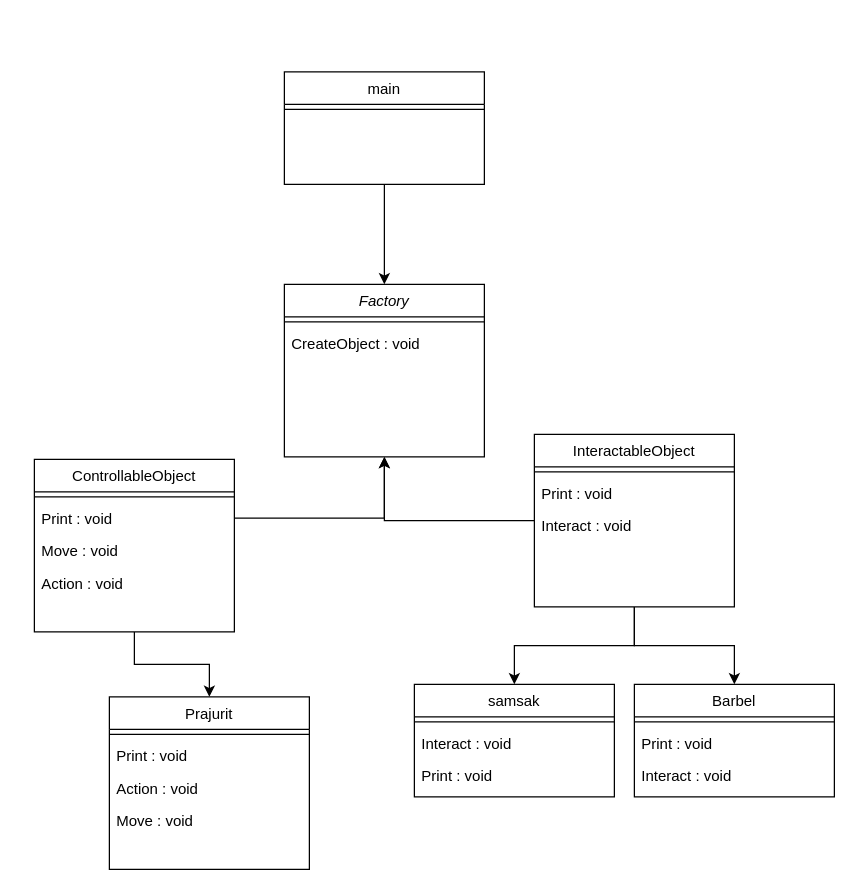
Above: Untitled Diagram.drawio in RayhanPengky/Unity-learn (draw.io), before the change. Source tidied: cells renumbered, new cells numbered last; positions are measured from the earlier drawing's top-left corner, leaving out a move shared by most shapes. Both pictures are drawn from the tidied source at 125%, with x=0, y=0 at pixel (34, 71).
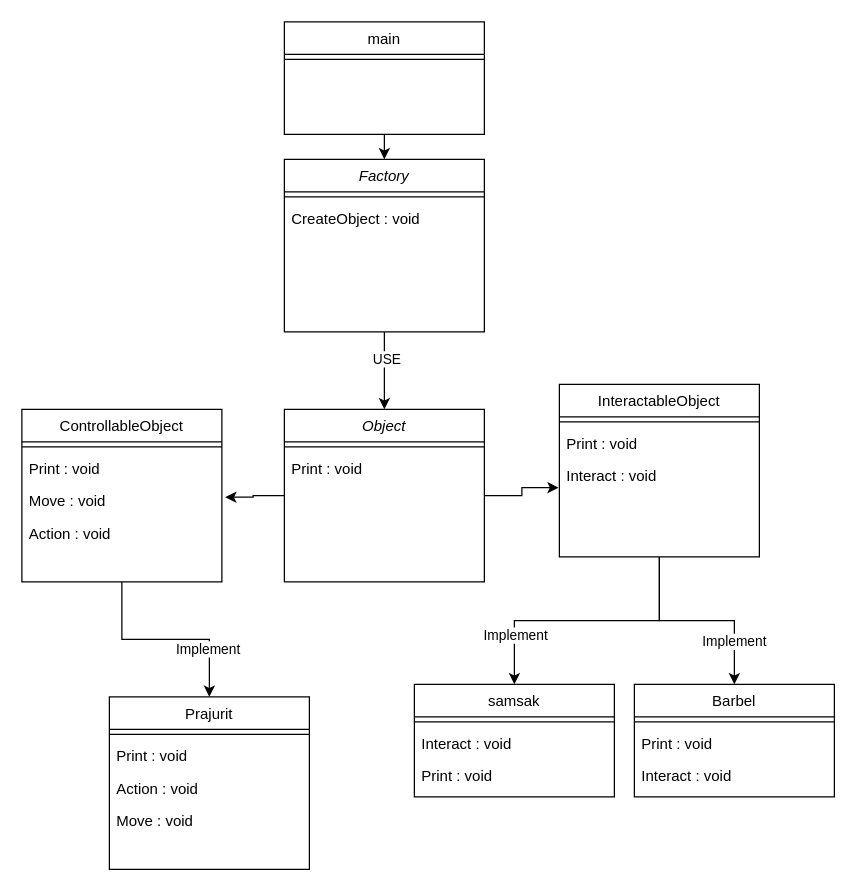
The same page after the edit.

Unchanged cells that the change refers to:
```xml
<mxCell id="17" style="edgeStyle=orthogonalEdgeStyle;rounded=0;jettySize=auto;html=1;" parent="1" edge="1" source="18" target="5">
  <mxGeometry relative="1" as="geometry" />
</mxCell>
<mxCell id="20" value="Print : void" style="text;align=left;verticalAlign=top;spacingLeft=4;spacingRight=4;overflow=hidden;points=[[0,0.5],[1,0.5]];portConstraint=eastwest;fontStyle=0;" parent="18" vertex="1">
  <mxGeometry y="34" width="160" height="26" as="geometry" />
</mxCell>
<mxCell id="21" value="Move : void" style="text;align=left;verticalAlign=top;spacingLeft=4;spacingRight=4;overflow=hidden;points=[[0,0.5],[1,0.5]];portConstraint=eastwest;" parent="18" vertex="1">
  <mxGeometry y="60" width="160" height="26" as="geometry" />
</mxCell>
<mxCell id="24" style="edgeStyle=orthogonalEdgeStyle;rounded=0;jettySize=auto;html=1;entryX=0.5;entryY=0;entryDx=0;entryDy=0;" parent="1" edge="1" source="26" target="10">
  <mxGeometry relative="1" as="geometry" />
</mxCell>
<mxCell id="25" style="edgeStyle=orthogonalEdgeStyle;rounded=0;jettySize=auto;html=1;entryX=0.5;entryY=0;entryDx=0;entryDy=0;" parent="1" edge="1" source="26" target="30">
  <mxGeometry relative="1" as="geometry" />
</mxCell>
<mxCell id="29" value="Interact : void" style="text;align=left;verticalAlign=top;spacingLeft=4;spacingRight=4;overflow=hidden;points=[[0,0.5],[1,0.5]];portConstraint=eastwest;" parent="26" vertex="1">
  <mxGeometry y="60" width="160" height="26" as="geometry" />
</mxCell>
```

Change to the diagram source:
```diff
@@
+    <mxCell id="35" style="edgeStyle=orthogonalEdgeStyle;rounded=0;jettySize=auto;html=1;entryX=0.5;entryY=0;entryDx=0;entryDy=0;" parent="1" edge="1" source="2" target="42">
+      <mxGeometry relative="1" as="geometry" />
+    </mxCell>
+    <mxCell id="36" value="USE" style="edgeLabel;html=1;align=center;verticalAlign=middle;" parent="35" vertex="1">
+      <mxGeometry x="-0.31" y="1" relative="1" as="geometry" />
+    </mxCell>
     <mxCell id="2" value="Factory" style="swimlane;fontStyle=2;align=center;verticalAlign=top;horizontal=1;startSize=26;rounded=0;shadow=0;strokeWidth=1;" parent="1" vertex="1">
-      <mxGeometry x="200" y="170" width="160" height="138" as="geometry" />
+      <mxGeometry x="200" y="70" width="160" height="138" as="geometry" />
     </mxCell>
@@
     <mxCell id="15" value="main" style="swimlane;fontStyle=0;align=center;verticalAlign=top;horizontal=1;startSize=26;rounded=0;shadow=0;strokeWidth=1;" parent="1" vertex="1">
-      <mxGeometry x="200" width="160" height="90" as="geometry" />
+      <mxGeometry x="200" y="-40" width="160" height="90" as="geometry" />
     </mxCell>
@@
+    <mxCell id="37" value="Implement" style="edgeLabel;html=1;align=center;verticalAlign=middle;" parent="17" vertex="1">
+      <mxGeometry x="0.52" y="-2" relative="1" as="geometry" />
+    </mxCell>
     <mxCell id="18" value="ControllableObject" style="swimlane;fontStyle=0;align=center;verticalAlign=top;horizontal=1;startSize=26;rounded=0;shadow=0;strokeWidth=1;" parent="1" vertex="1">
-      <mxGeometry y="310" width="160" height="138" as="geometry" />
+      <mxGeometry x="-10" y="270" width="160" height="138" as="geometry" />
     </mxCell>
@@
-    <mxCell id="23" style="edgeStyle=orthogonalEdgeStyle;rounded=0;jettySize=auto;html=1;entryX=0.5;entryY=1;entryDx=0;entryDy=0;" parent="1" edge="1" source="26" target="2">
-      <mxGeometry relative="1" as="geometry" />
-    </mxCell>
@@
+    <mxCell id="38" value="Implement" style="edgeLabel;html=1;align=center;verticalAlign=middle;" parent="24" vertex="1">
+      <mxGeometry x="0.63" relative="1" as="geometry" />
+    </mxCell>
@@
+    <mxCell id="39" value="Implement" style="edgeLabel;html=1;align=center;verticalAlign=middle;" parent="25" vertex="1">
+      <mxGeometry x="0.57" y="-1" relative="1" as="geometry" />
+    </mxCell>
     <mxCell id="26" value="InteractableObject" style="swimlane;fontStyle=0;align=center;verticalAlign=top;horizontal=1;startSize=26;rounded=0;shadow=0;strokeWidth=1;" parent="1" vertex="1">
-      <mxGeometry x="400" y="290" width="160" height="138" as="geometry" />
+      <mxGeometry x="420" y="250" width="160" height="138" as="geometry" />
     </mxCell>
@@
-    <mxCell id="34" style="edgeStyle=orthogonalEdgeStyle;rounded=0;jettySize=auto;html=1;entryX=0.5;entryY=1;entryDx=0;entryDy=0;" parent="1" edge="1" source="20" target="2">
-      <mxGeometry relative="1" as="geometry" />
-    </mxCell>
+    <mxCell id="40" style="edgeStyle=orthogonalEdgeStyle;rounded=0;jettySize=auto;html=1;entryX=-0.004;entryY=0.87;entryDx=0;entryDy=0;entryPerimeter=0;" parent="1" edge="1" source="42" target="29">
+      <mxGeometry relative="1" as="geometry" />
+    </mxCell>
+    <mxCell id="41" style="edgeStyle=orthogonalEdgeStyle;rounded=0;jettySize=auto;html=1;entryX=1.017;entryY=0.394;entryDx=0;entryDy=0;entryPerimeter=0;" parent="1" edge="1" source="42" target="21">
+      <mxGeometry relative="1" as="geometry" />
+    </mxCell>
+    <mxCell id="42" value="Object" style="swimlane;fontStyle=2;align=center;verticalAlign=top;horizontal=1;startSize=26;rounded=0;shadow=0;strokeWidth=1;" parent="1" vertex="1">
+      <mxGeometry x="200" y="270" width="160" height="138" as="geometry" />
+    </mxCell>
+    <mxCell id="43" style="line;html=1;strokeWidth=1;align=left;verticalAlign=middle;spacingTop=-1;spacingLeft=3;spacingRight=3;labelPosition=right;" parent="42" vertex="1">
+      <mxGeometry y="26" width="160" height="8" as="geometry" />
+    </mxCell>
+    <mxCell id="44" value="Print : void" style="text;align=left;verticalAlign=top;spacingLeft=4;spacingRight=4;overflow=hidden;" parent="42" vertex="1">
+      <mxGeometry y="34" width="160" height="26" as="geometry" />
+    </mxCell>
```
